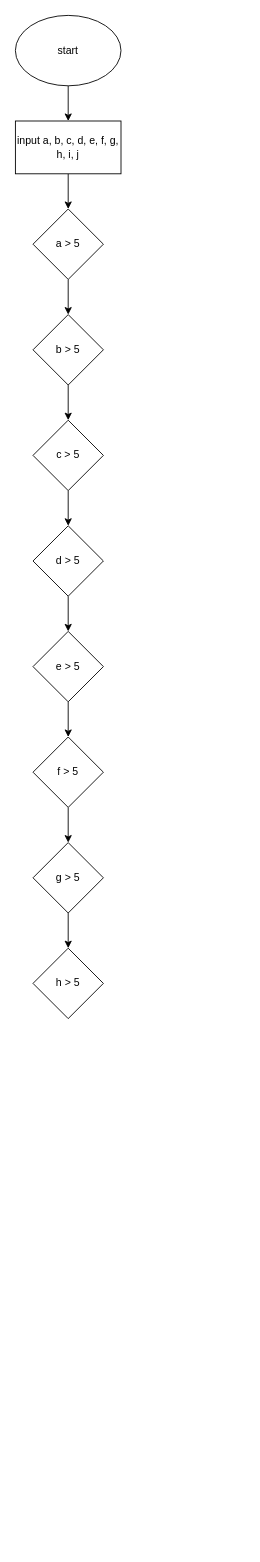
Above: Untitled Diagram nr.2.drawio in kociumba/algorithms-for-IT (draw.io), before the change. Source tidied: cells renumbered, new cells numbered last; positions are measured from the earlier drawing's top-left corner, leaving out a move shared by most shapes. Both pictures are drawn from the tidied source at 88%, with x=0, y=0 at pixel (15, 15).
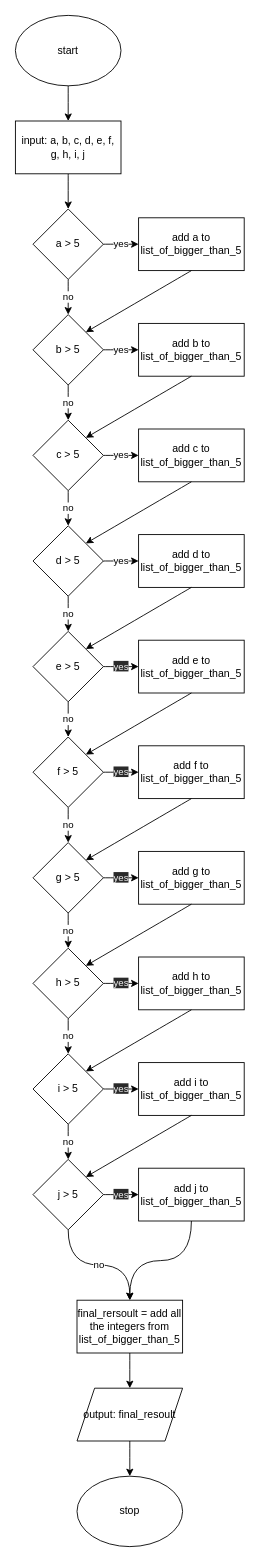
The same page after the edit.

Unchanged cells that the change refers to:
```xml
<mxCell id="3" value="start" style="ellipse;whiteSpace=wrap;html=1;" parent="1" vertex="1">
  <mxGeometry width="120" height="80" as="geometry" />
</mxCell>
<mxCell id="7" value="a &amp;gt; 5" style="rhombus;whiteSpace=wrap;html=1;" parent="1" vertex="1">
  <mxGeometry x="20" y="220" width="80" height="80" as="geometry" />
</mxCell>
<mxCell id="9" value="b &amp;gt; 5" style="rhombus;whiteSpace=wrap;html=1;" parent="1" vertex="1">
  <mxGeometry x="20" y="340" width="80" height="80" as="geometry" />
</mxCell>
<mxCell id="11" value="c &amp;gt; 5" style="rhombus;whiteSpace=wrap;html=1;" parent="1" vertex="1">
  <mxGeometry x="20" y="460" width="80" height="80" as="geometry" />
</mxCell>
<mxCell id="13" value="d &amp;gt; 5" style="rhombus;whiteSpace=wrap;html=1;" parent="1" vertex="1">
  <mxGeometry x="20" y="580" width="80" height="80" as="geometry" />
</mxCell>
<mxCell id="15" value="e &amp;gt; 5" style="rhombus;whiteSpace=wrap;html=1;" parent="1" vertex="1">
  <mxGeometry x="20" y="700" width="80" height="80" as="geometry" />
</mxCell>
<mxCell id="17" value="f &amp;gt; 5" style="rhombus;whiteSpace=wrap;html=1;" parent="1" vertex="1">
  <mxGeometry x="20" y="820" width="80" height="80" as="geometry" />
</mxCell>
<mxCell id="19" value="g &amp;gt; 5" style="rhombus;whiteSpace=wrap;html=1;" parent="1" vertex="1">
  <mxGeometry x="20" y="940" width="80" height="80" as="geometry" />
</mxCell>
<mxCell id="20" value="h &amp;gt; 5" style="rhombus;whiteSpace=wrap;html=1;" parent="1" vertex="1">
  <mxGeometry x="20" y="1060" width="80" height="80" as="geometry" />
</mxCell>
```

The edit, as a diff of the source:
```diff
@@
-    <mxCell id="2" style="edgeStyle=orthogonalEdgeStyle;rounded=0;jettySize=auto;html=1;" parent="1" edge="1" source="3" target="5">
+    <mxCell id="2" style="edgeStyle=orthogonalEdgeStyle;jettySize=auto;html=1;curved=1;" parent="1" edge="1" source="3" target="5">
       <mxGeometry relative="1" as="geometry" />
     </mxCell>
@@
-    <mxCell id="4" style="edgeStyle=orthogonalEdgeStyle;rounded=0;jettySize=auto;html=1;" parent="1" edge="1" source="5" target="7">
+    <mxCell id="4" style="edgeStyle=orthogonalEdgeStyle;jettySize=auto;html=1;curved=1;" parent="1" edge="1" source="5" target="7">
       <mxGeometry relative="1" as="geometry" />
     </mxCell>
-    <mxCell id="5" value="input a, b, c, d, e, f, g, h, i, j" style="rounded=0;whiteSpace=wrap;html=1;" parent="1" vertex="1">
+    <mxCell id="5" value="input: a, b, c, d, e, f, g, h, i, j" style="whiteSpace=wrap;html=1;" parent="1" vertex="1">
       <mxGeometry y="120" width="120" height="60" as="geometry" />
     </mxCell>
-    <mxCell id="6" style="edgeStyle=orthogonalEdgeStyle;rounded=0;jettySize=auto;html=1;" parent="1" edge="1" source="7" target="9">
+    <mxCell id="6" value="no" style="edgeStyle=orthogonalEdgeStyle;jettySize=auto;html=1;curved=1;" parent="1" edge="1" source="7" target="9">
       <mxGeometry relative="1" as="geometry" />
     </mxCell>
+    <mxCell id="21" value="yes" style="edgeStyle=orthogonalEdgeStyle;jettySize=auto;html=1;entryX=0;entryY=0.5;entryDx=0;entryDy=0;curved=1;" parent="1" edge="1" source="7" target="36">
+      <mxGeometry relative="1" as="geometry" />
+    </mxCell>
@@
+    <mxCell id="22" value="yes" style="edgeStyle=orthogonalEdgeStyle;jettySize=auto;html=1;curved=1;" parent="1" edge="1" source="9" target="37">
+      <mxGeometry relative="1" as="geometry" />
+    </mxCell>
-    <mxCell id="8" style="edgeStyle=orthogonalEdgeStyle;rounded=0;jettySize=auto;html=1;" parent="1" edge="1" source="9" target="11">
+    <mxCell id="8" value="no" style="edgeStyle=orthogonalEdgeStyle;jettySize=auto;html=1;curved=1;" parent="1" edge="1" source="9" target="11">
       <mxGeometry relative="1" as="geometry" />
     </mxCell>
@@
+    <mxCell id="23" value="yes" style="edgeStyle=orthogonalEdgeStyle;jettySize=auto;html=1;entryX=0;entryY=0.5;entryDx=0;entryDy=0;curved=1;" parent="1" edge="1" source="11" target="38">
+      <mxGeometry relative="1" as="geometry" />
+    </mxCell>
-    <mxCell id="10" style="edgeStyle=orthogonalEdgeStyle;rounded=0;jettySize=auto;html=1;" parent="1" edge="1" source="11" target="13">
+    <mxCell id="10" value="no" style="edgeStyle=orthogonalEdgeStyle;jettySize=auto;html=1;curved=1;" parent="1" edge="1" source="11" target="13">
       <mxGeometry relative="1" as="geometry" />
     </mxCell>
@@
+    <mxCell id="24" value="yes" style="edgeStyle=orthogonalEdgeStyle;jettySize=auto;html=1;curved=1;" parent="1" edge="1" source="13" target="39">
+      <mxGeometry relative="1" as="geometry" />
+    </mxCell>
-    <mxCell id="12" style="edgeStyle=orthogonalEdgeStyle;rounded=0;jettySize=auto;html=1;" parent="1" edge="1" source="13" target="15">
+    <mxCell id="12" value="no" style="edgeStyle=orthogonalEdgeStyle;jettySize=auto;html=1;curved=1;" parent="1" edge="1" source="13" target="15">
       <mxGeometry relative="1" as="geometry" />
     </mxCell>
@@
+    <mxCell id="25" value="&#10;&#10;&lt;span style=&quot;color: rgb(240, 240, 240); font-family: helvetica; font-size: 11px; font-style: normal; font-weight: 400; letter-spacing: normal; text-align: center; text-indent: 0px; text-transform: none; word-spacing: 0px; background-color: rgb(42, 42, 42); display: inline; float: none;&quot;&gt;yes&lt;/span&gt;&#10;&#10;" style="edgeStyle=orthogonalEdgeStyle;jettySize=auto;html=1;curved=1;" parent="1" edge="1" source="15" target="40">
+      <mxGeometry relative="1" as="geometry" />
+    </mxCell>
-    <mxCell id="14" style="edgeStyle=orthogonalEdgeStyle;rounded=0;jettySize=auto;html=1;" parent="1" edge="1" source="15" target="17">
-      <mxGeometry relative="1" as="geometry" />
+    <mxCell id="14" value="no" style="edgeStyle=orthogonalEdgeStyle;jettySize=auto;html=1;curved=1;" parent="1" edge="1" source="15" target="17">
+      <mxGeometry relative="1" as="geometry">
+        <Array as="points">
+          <mxPoint x="60" y="790" />
+          <mxPoint x="60" y="790" />
+        </Array>
+      </mxGeometry>
     </mxCell>
@@
+    <mxCell id="26" value="&#10;&#10;&lt;span style=&quot;color: rgb(240, 240, 240); font-family: helvetica; font-size: 11px; font-style: normal; font-weight: 400; letter-spacing: normal; text-align: center; text-indent: 0px; text-transform: none; word-spacing: 0px; background-color: rgb(42, 42, 42); display: inline; float: none;&quot;&gt;yes&lt;/span&gt;&#10;&#10;" style="edgeStyle=orthogonalEdgeStyle;jettySize=auto;html=1;curved=1;" parent="1" edge="1" source="17" target="41">
+      <mxGeometry relative="1" as="geometry" />
+    </mxCell>
-    <mxCell id="16" style="edgeStyle=orthogonalEdgeStyle;rounded=0;jettySize=auto;html=1;" parent="1" edge="1" source="17" target="19">
+    <mxCell id="16" value="no" style="edgeStyle=orthogonalEdgeStyle;jettySize=auto;html=1;entryX=0.5;entryY=0;entryDx=0;entryDy=0;curved=1;" parent="1" edge="1" source="17" target="19">
       <mxGeometry relative="1" as="geometry" />
     </mxCell>
@@
+    <mxCell id="27" value="&#10;&#10;&lt;span style=&quot;color: rgb(240, 240, 240); font-family: helvetica; font-size: 11px; font-style: normal; font-weight: 400; letter-spacing: normal; text-align: center; text-indent: 0px; text-transform: none; word-spacing: 0px; background-color: rgb(42, 42, 42); display: inline; float: none;&quot;&gt;yes&lt;/span&gt;&#10;&#10;" style="edgeStyle=orthogonalEdgeStyle;jettySize=auto;html=1;entryX=0;entryY=0.5;entryDx=0;entryDy=0;curved=1;" parent="1" edge="1" source="19" target="42">
+      <mxGeometry relative="1" as="geometry" />
+    </mxCell>
-    <mxCell id="18" style="edgeStyle=orthogonalEdgeStyle;rounded=0;jettySize=auto;html=1;" parent="1" edge="1" source="19" target="20">
+    <mxCell id="18" value="no" style="edgeStyle=orthogonalEdgeStyle;jettySize=auto;html=1;curved=1;" parent="1" edge="1" source="19" target="20">
       <mxGeometry relative="1" as="geometry" />
     </mxCell>
@@
+    <mxCell id="28" value="&#10;&#10;&lt;span style=&quot;color: rgb(240, 240, 240); font-family: helvetica; font-size: 11px; font-style: normal; font-weight: 400; letter-spacing: normal; text-align: center; text-indent: 0px; text-transform: none; word-spacing: 0px; background-color: rgb(42, 42, 42); display: inline; float: none;&quot;&gt;yes&lt;/span&gt;&#10;&#10;" style="edgeStyle=orthogonalEdgeStyle;jettySize=auto;html=1;curved=1;" parent="1" edge="1" source="20" target="43">
+      <mxGeometry relative="1" as="geometry" />
+    </mxCell>
+    <mxCell id="29" value="no" style="edgeStyle=orthogonalEdgeStyle;jettySize=auto;html=1;entryX=0.5;entryY=0;entryDx=0;entryDy=0;curved=1;" parent="1" edge="1" source="20" target="32">
+      <mxGeometry relative="1" as="geometry" />
+    </mxCell>
@@
+    <mxCell id="30" value="no" style="edgeStyle=orthogonalEdgeStyle;jettySize=auto;html=1;curved=1;" parent="1" edge="1" source="32" target="35">
+      <mxGeometry relative="1" as="geometry" />
+    </mxCell>
+    <mxCell id="31" value="&#10;&#10;&lt;span style=&quot;color: rgb(240, 240, 240); font-family: helvetica; font-size: 11px; font-style: normal; font-weight: 400; letter-spacing: normal; text-align: center; text-indent: 0px; text-transform: none; word-spacing: 0px; background-color: rgb(42, 42, 42); display: inline; float: none;&quot;&gt;yes&lt;/span&gt;&#10;&#10;" style="edgeStyle=orthogonalEdgeStyle;jettySize=auto;html=1;curved=1;" parent="1" edge="1" source="32" target="44">
+      <mxGeometry relative="1" as="geometry" />
+    </mxCell>
+    <mxCell id="32" value="i &amp;gt; 5" style="rhombus;whiteSpace=wrap;html=1;" parent="1" vertex="1">
+      <mxGeometry x="20" y="1180" width="80" height="80" as="geometry" />
+    </mxCell>
+    <mxCell id="33" value="&#10;&#10;&lt;span style=&quot;color: rgb(240, 240, 240); font-family: helvetica; font-size: 11px; font-style: normal; font-weight: 400; letter-spacing: normal; text-align: center; text-indent: 0px; text-transform: none; word-spacing: 0px; background-color: rgb(42, 42, 42); display: inline; float: none;&quot;&gt;yes&lt;/span&gt;&#10;&#10;" style="edgeStyle=orthogonalEdgeStyle;jettySize=auto;html=1;curved=1;" parent="1" edge="1" source="35" target="46">
+      <mxGeometry relative="1" as="geometry" />
+    </mxCell>
+    <mxCell id="34" value="no" style="edgeStyle=orthogonalEdgeStyle;jettySize=auto;html=1;entryX=0.5;entryY=0;entryDx=0;entryDy=0;curved=1;" parent="1" edge="1" source="35" target="57">
+      <mxGeometry relative="1" as="geometry" />
+    </mxCell>
+    <mxCell id="35" value="j &amp;gt; 5" style="rhombus;whiteSpace=wrap;html=1;" parent="1" vertex="1">
+      <mxGeometry x="20" y="1300" width="80" height="80" as="geometry" />
+    </mxCell>
+    <mxCell id="36" value="add a to list_of_bigger_than_5" style="whiteSpace=wrap;html=1;" parent="1" vertex="1">
+      <mxGeometry x="140" y="230" width="120" height="60" as="geometry" />
+    </mxCell>
+    <mxCell id="37" value="&lt;span&gt;add b to list_of_bigger_than_5&lt;/span&gt;" style="whiteSpace=wrap;html=1;" parent="1" vertex="1">
+      <mxGeometry x="140" y="350" width="120" height="60" as="geometry" />
+    </mxCell>
+    <mxCell id="38" value="&lt;span&gt;add c to list_of_bigger_than_5&lt;/span&gt;" style="whiteSpace=wrap;html=1;" parent="1" vertex="1">
+      <mxGeometry x="140" y="470" width="120" height="60" as="geometry" />
+    </mxCell>
+    <mxCell id="39" value="&lt;span&gt;add d to list_of_bigger_than_5&lt;/span&gt;" style="whiteSpace=wrap;html=1;" parent="1" vertex="1">
+      <mxGeometry x="140" y="590" width="120" height="60" as="geometry" />
+    </mxCell>
+    <mxCell id="40" value="&lt;span&gt;add e to list_of_bigger_than_5&lt;/span&gt;" style="whiteSpace=wrap;html=1;" parent="1" vertex="1">
+      <mxGeometry x="140" y="710" width="120" height="60" as="geometry" />
+    </mxCell>
+    <mxCell id="41" value="&lt;span&gt;add f to list_of_bigger_than_5&lt;/span&gt;" style="whiteSpace=wrap;html=1;" parent="1" vertex="1">
+      <mxGeometry x="140" y="830" width="120" height="60" as="geometry" />
+    </mxCell>
+    <mxCell id="42" value="&lt;span&gt;add g to list_of_bigger_than_5&lt;/span&gt;" style="whiteSpace=wrap;html=1;" parent="1" vertex="1">
+      <mxGeometry x="140" y="950" width="120" height="60" as="geometry" />
+    </mxCell>
+    <mxCell id="43" value="&lt;span&gt;add h to list_of_bigger_than_5&lt;/span&gt;" style="whiteSpace=wrap;html=1;" parent="1" vertex="1">
+      <mxGeometry x="140" y="1070" width="120" height="60" as="geometry" />
+    </mxCell>
+    <mxCell id="44" value="&lt;span&gt;add i to list_of_bigger_than_5&lt;/span&gt;" style="whiteSpace=wrap;html=1;" parent="1" vertex="1">
+      <mxGeometry x="140" y="1190" width="120" height="60" as="geometry" />
+    </mxCell>
+    <mxCell id="45" style="edgeStyle=orthogonalEdgeStyle;jettySize=auto;html=1;entryX=0.5;entryY=0;entryDx=0;entryDy=0;curved=1;" parent="1" edge="1" source="46" target="57">
+      <mxGeometry relative="1" as="geometry" />
+    </mxCell>
+    <mxCell id="46" value="&lt;span&gt;add j to list_of_bigger_than_5&lt;/span&gt;" style="whiteSpace=wrap;html=1;" parent="1" vertex="1">
+      <mxGeometry x="140" y="1310" width="120" height="60" as="geometry" />
+    </mxCell>
+    <mxCell id="47" style="endArrow=classic;html=1;entryX=1;entryY=0;entryDx=0;entryDy=0;exitX=0.5;exitY=1;exitDx=0;exitDy=0;curved=1;" parent="1" edge="1" source="36" target="9">
+      <mxGeometry relative="1" as="geometry" />
+    </mxCell>
+    <mxCell id="48" style="endArrow=classic;html=1;entryX=1;entryY=0;entryDx=0;entryDy=0;exitX=0.5;exitY=1;exitDx=0;exitDy=0;curved=1;" parent="1" edge="1">
+      <mxGeometry relative="1" as="geometry">
+        <mxPoint x="200" y="410" as="sourcePoint" />
+        <mxPoint x="80" y="480" as="targetPoint" />
+      </mxGeometry>
+    </mxCell>
+    <mxCell id="49" style="endArrow=classic;html=1;entryX=1;entryY=0;entryDx=0;entryDy=0;exitX=0.5;exitY=1;exitDx=0;exitDy=0;curved=1;" parent="1" edge="1">
+      <mxGeometry relative="1" as="geometry">
+        <mxPoint x="200" y="530" as="sourcePoint" />
+        <mxPoint x="80" y="600" as="targetPoint" />
+      </mxGeometry>
+    </mxCell>
+    <mxCell id="50" style="endArrow=classic;html=1;entryX=1;entryY=0;entryDx=0;entryDy=0;exitX=0.5;exitY=1;exitDx=0;exitDy=0;curved=1;" parent="1" edge="1">
+      <mxGeometry relative="1" as="geometry">
+        <mxPoint x="200" y="650" as="sourcePoint" />
+        <mxPoint x="80" y="720" as="targetPoint" />
+      </mxGeometry>
+    </mxCell>
+    <mxCell id="51" style="endArrow=classic;html=1;entryX=1;entryY=0;entryDx=0;entryDy=0;exitX=0.5;exitY=1;exitDx=0;exitDy=0;curved=1;" parent="1" edge="1">
+      <mxGeometry relative="1" as="geometry">
+        <mxPoint x="200" y="770" as="sourcePoint" />
+        <mxPoint x="80" y="840" as="targetPoint" />
+      </mxGeometry>
+    </mxCell>
+    <mxCell id="52" style="endArrow=classic;html=1;entryX=1;entryY=0;entryDx=0;entryDy=0;exitX=0.5;exitY=1;exitDx=0;exitDy=0;curved=1;" parent="1" edge="1">
+      <mxGeometry relative="1" as="geometry">
+        <mxPoint x="200" y="890" as="sourcePoint" />
+        <mxPoint x="80" y="960" as="targetPoint" />
+      </mxGeometry>
+    </mxCell>
+    <mxCell id="53" style="endArrow=classic;html=1;entryX=1;entryY=0;entryDx=0;entryDy=0;exitX=0.5;exitY=1;exitDx=0;exitDy=0;curved=1;" parent="1" edge="1">
+      <mxGeometry relative="1" as="geometry">
+        <mxPoint x="200" y="1010" as="sourcePoint" />
+        <mxPoint x="80" y="1080" as="targetPoint" />
+      </mxGeometry>
+    </mxCell>
+    <mxCell id="54" style="endArrow=classic;html=1;entryX=1;entryY=0;entryDx=0;entryDy=0;exitX=0.5;exitY=1;exitDx=0;exitDy=0;curved=1;" parent="1" edge="1">
+      <mxGeometry relative="1" as="geometry">
+        <mxPoint x="200" y="1130" as="sourcePoint" />
+        <mxPoint x="80" y="1200" as="targetPoint" />
+      </mxGeometry>
+    </mxCell>
+    <mxCell id="55" style="endArrow=classic;html=1;entryX=1;entryY=0;entryDx=0;entryDy=0;exitX=0.5;exitY=1;exitDx=0;exitDy=0;curved=1;" parent="1" edge="1">
+      <mxGeometry relative="1" as="geometry">
+        <mxPoint x="200" y="1250" as="sourcePoint" />
+        <mxPoint x="80" y="1320" as="targetPoint" />
+      </mxGeometry>
+    </mxCell>
+    <mxCell id="56" style="edgeStyle=orthogonalEdgeStyle;jettySize=auto;html=1;curved=1;" parent="1" edge="1" source="57" target="59">
+      <mxGeometry relative="1" as="geometry" />
+    </mxCell>
+    <mxCell id="57" value="final_rersoult = add all the integers from list_of_bigger_than_5" style="whiteSpace=wrap;html=1;" parent="1" vertex="1">
+      <mxGeometry x="70" y="1460" width="120" height="60" as="geometry" />
+    </mxCell>
+    <mxCell id="58" style="edgeStyle=orthogonalEdgeStyle;jettySize=auto;html=1;curved=1;" parent="1" edge="1" source="59" target="60">
+      <mxGeometry relative="1" as="geometry" />
+    </mxCell>
+    <mxCell id="59" value="output: final_resoult" style="shape=parallelogram;perimeter=parallelogramPerimeter;whiteSpace=wrap;html=1;fixedSize=1;" parent="1" vertex="1">
+      <mxGeometry x="70" y="1560" width="120" height="60" as="geometry" />
+    </mxCell>
+    <mxCell id="60" value="stop" style="ellipse;whiteSpace=wrap;html=1;" parent="1" vertex="1">
+      <mxGeometry x="70" y="1660" width="120" height="80" as="geometry" />
+    </mxCell>
```
